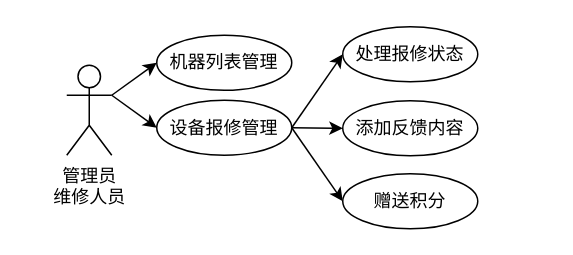
Above: 管理员-设备管理.drawio in mochaDMQ/myPicture (draw.io), before the change. Source tidied: cells renumbered, new cells numbered last; positions are measured from the earlier drawing's top-left corner, leaving out a move shared by most shapes. Both pictures are drawn from the tidied source at 150%, with x=0, y=0 at pixel (66, 26).
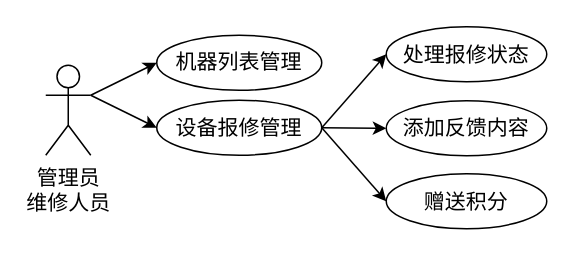
After the change.

Commit message:
更新管理员-设备管理.drawio

Diff of the diagram source:
```diff
@@
 <mxGraphModel>
   <root>
     <mxCell id="0" />
     <mxCell id="1" parent="0" />
-    <mxCell id="2" style="rounded=0;jettySize=auto;html=1;exitX=1;exitY=0.3333333333333333;exitDx=0;exitDy=0;exitPerimeter=0;entryX=0;entryY=0.5;entryDx=0;entryDy=0;" parent="1" edge="1" source="4" target="9">
+    <mxCell id="2" style="rounded=0;jettySize=auto;html=1;exitX=1;exitY=0.3333333333333333;exitDx=0;exitDy=0;exitPerimeter=0;entryX=0;entryY=0.5;entryDx=0;entryDy=0;fontSize=14;fontFamily=宋体;" parent="1" edge="1" source="4" target="9">
       <mxGeometry relative="1" as="geometry" />
     </mxCell>
-    <mxCell id="3" style="rounded=0;jettySize=auto;html=1;exitX=1;exitY=0.3333333333333333;exitDx=0;exitDy=0;exitPerimeter=0;entryX=0;entryY=0.5;entryDx=0;entryDy=0;" parent="1" edge="1" source="4" target="8">
+    <mxCell id="3" style="rounded=0;jettySize=auto;html=1;exitX=1;exitY=0.3333333333333333;exitDx=0;exitDy=0;exitPerimeter=0;entryX=0;entryY=0.5;entryDx=0;entryDy=0;fontSize=14;fontFamily=宋体;" parent="1" edge="1" source="4" target="8">
       <mxGeometry relative="1" as="geometry" />
     </mxCell>
-    <mxCell id="4" value="管理员&lt;div&gt;维修人员&lt;/div&gt;" style="shape=umlActor;verticalLabelPosition=bottom;verticalAlign=top;html=1;outlineConnect=0;" parent="1" vertex="1">
-      <mxGeometry y="26" width="30" height="60" as="geometry" />
+    <mxCell id="4" value="管理员&lt;div&gt;维修人员&lt;/div&gt;" style="shape=umlActor;verticalLabelPosition=bottom;verticalAlign=top;html=1;outlineConnect=0;fontSize=14;fontFamily=宋体;" parent="1" vertex="1">
+      <mxGeometry x="-14" y="26" width="30" height="60" as="geometry" />
     </mxCell>
-    <mxCell id="5" style="edgeStyle=none;rounded=0;jettySize=auto;html=1;exitX=1;exitY=0.5;exitDx=0;exitDy=0;entryX=0;entryY=0.5;entryDx=0;entryDy=0;" parent="1" edge="1" source="8" target="11">
+    <mxCell id="5" style="edgeStyle=none;rounded=0;jettySize=auto;html=1;exitX=1;exitY=0.5;exitDx=0;exitDy=0;entryX=0;entryY=0.5;entryDx=0;entryDy=0;fontSize=14;fontFamily=宋体;" parent="1" edge="1" source="8" target="11">
       <mxGeometry relative="1" as="geometry" />
     </mxCell>
-    <mxCell id="6" style="edgeStyle=none;rounded=0;jettySize=auto;html=1;exitX=1;exitY=0.5;exitDx=0;exitDy=0;entryX=0;entryY=0.5;entryDx=0;entryDy=0;" parent="1" edge="1" source="8" target="12">
+    <mxCell id="6" style="edgeStyle=none;rounded=0;jettySize=auto;html=1;exitX=1;exitY=0.5;exitDx=0;exitDy=0;entryX=0;entryY=0.5;entryDx=0;entryDy=0;fontSize=14;fontFamily=宋体;" parent="1" edge="1" source="8" target="12">
       <mxGeometry relative="1" as="geometry" />
     </mxCell>
-    <mxCell id="7" style="edgeStyle=none;rounded=0;jettySize=auto;html=1;exitX=1;exitY=0.5;exitDx=0;exitDy=0;entryX=0;entryY=0.5;entryDx=0;entryDy=0;" parent="1" edge="1" source="8" target="10">
+    <mxCell id="7" style="edgeStyle=none;rounded=0;jettySize=auto;html=1;exitX=1;exitY=0.5;exitDx=0;exitDy=0;entryX=0;entryY=0.5;entryDx=0;entryDy=0;fontSize=14;fontFamily=宋体;" parent="1" edge="1" source="8" target="10">
       <mxGeometry relative="1" as="geometry" />
     </mxCell>
-    <mxCell id="8" value="设备报修管理" style="ellipse;whiteSpace=wrap;html=1;" parent="1" vertex="1">
-      <mxGeometry x="60" y="49.3" width="90" height="36.7" as="geometry" />
+    <mxCell id="8" value="设备报修管理" style="ellipse;whiteSpace=wrap;html=1;fontSize=14;fontFamily=宋体;" parent="1" vertex="1">
+      <mxGeometry x="60" y="49.3" width="110" height="36.7" as="geometry" />
     </mxCell>
-    <mxCell id="9" value="机器列表管理" style="ellipse;whiteSpace=wrap;html=1;" parent="1" vertex="1">
-      <mxGeometry x="60" y="6" width="90" height="36.7" as="geometry" />
+    <mxCell id="9" value="机器列表管理" style="ellipse;whiteSpace=wrap;html=1;fontSize=14;fontFamily=宋体;" parent="1" vertex="1">
+      <mxGeometry x="60" y="6" width="110" height="36.7" as="geometry" />
     </mxCell>
-    <mxCell id="10" value="赠送积分" style="ellipse;whiteSpace=wrap;html=1;" parent="1" vertex="1">
-      <mxGeometry x="184" y="98.3" width="90" height="36.7" as="geometry" />
+    <mxCell id="10" value="赠送积分" style="ellipse;whiteSpace=wrap;html=1;fontSize=14;fontFamily=宋体;" parent="1" vertex="1">
+      <mxGeometry x="213" y="98.3" width="107" height="36.7" as="geometry" />
     </mxCell>
-    <mxCell id="11" value="处理报修状态" style="ellipse;whiteSpace=wrap;html=1;" parent="1" vertex="1">
-      <mxGeometry x="184" y="0.3" width="90" height="36.7" as="geometry" />
+    <mxCell id="11" value="处理报修状态" style="ellipse;whiteSpace=wrap;html=1;fontSize=14;fontFamily=宋体;" parent="1" vertex="1">
+      <mxGeometry x="213" y="0.3" width="107" height="36.7" as="geometry" />
     </mxCell>
-    <mxCell id="12" value="添加反馈内容" style="ellipse;whiteSpace=wrap;html=1;" parent="1" vertex="1">
-      <mxGeometry x="184" y="49.7" width="90" height="36.7" as="geometry" />
+    <mxCell id="12" value="添加反馈内容" style="ellipse;whiteSpace=wrap;html=1;fontSize=14;fontFamily=宋体;" parent="1" vertex="1">
+      <mxGeometry x="213" y="49.7" width="107" height="36.7" as="geometry" />
     </mxCell>
   </root>
 </mxGraphModel>
```
